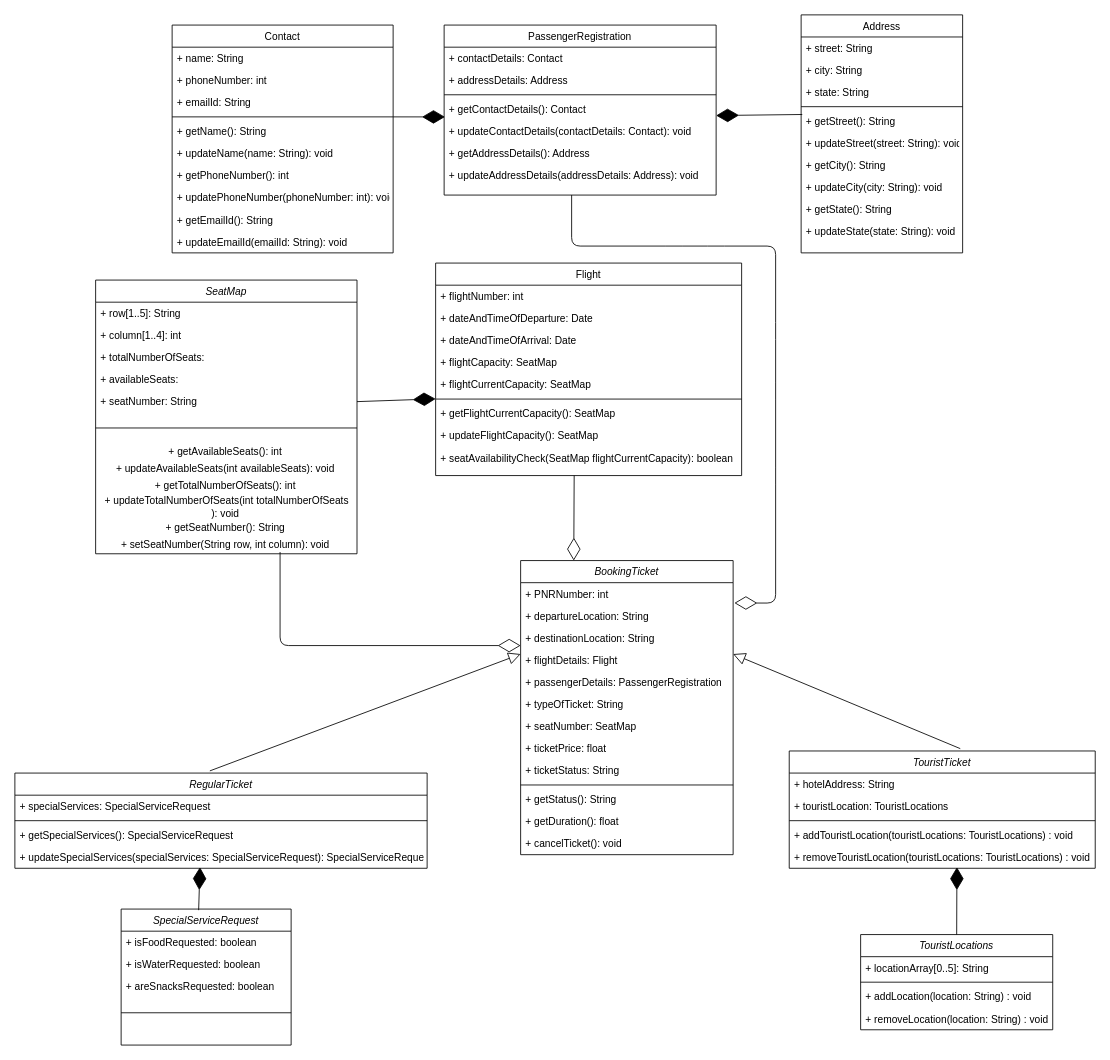
Earlier version of the draw.io diagram Flight Reservation System.drawio (SaiArjunL/my_repo). Source tidied: cells renumbered, new cells numbered last; positions are measured from the earlier drawing's top-left corner, leaving out a move shared by most shapes. Both pictures are drawn from the tidied source at 85%, with x=0, y=0 at pixel (14, 14).
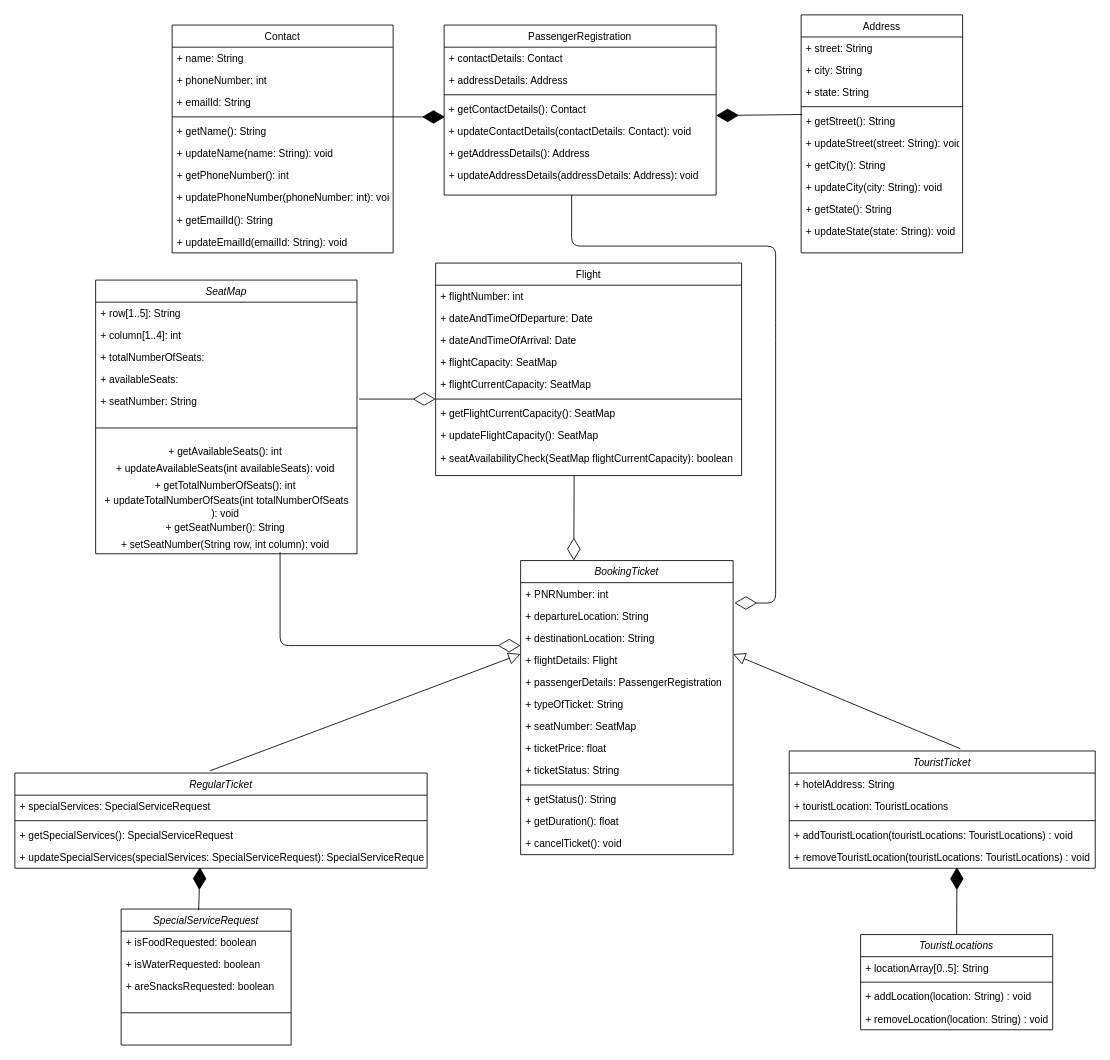
After the change.

Unchanged cells that the change refers to:
```xml
<mxCell id="78" value="+ flightCurrentCapacity: SeatMap" style="text;align=left;verticalAlign=top;spacingLeft=4;spacingRight=4;overflow=hidden;points=[[0,0.5],[1,0.5]];portConstraint=eastwest;rounded=0;shadow=0;html=0;" parent="73" vertex="1">
  <mxGeometry y="130" width="360" height="26" as="geometry" />
</mxCell>
<mxCell id="88" value="+ seatNumber: String " style="text;align=left;verticalAlign=top;spacingLeft=4;spacingRight=4;overflow=hidden;points=[[0,0.5],[1,0.5]];portConstraint=eastwest;rounded=0;shadow=0;html=0;" parent="83" vertex="1">
  <mxGeometry y="130" width="307.5" height="26" as="geometry" />
</mxCell>
```

Change to the diagram source:
```diff
@@
-    <mxCell id="96" style="endArrow=diamondThin;endFill=1;endSize=24;html=1;entryX=0;entryY=1.145;entryDx=0;entryDy=0;entryPerimeter=0;exitX=1;exitY=0.5;exitDx=0;exitDy=0;" parent="1" edge="1" source="88" target="78">
-      <mxGeometry relative="1" as="geometry" />
-    </mxCell>
@@
+    <mxCell id="100" style="endArrow=diamondThin;endFill=0;endSize=24;html=1;" parent="1" edge="1">
+      <mxGeometry relative="1" as="geometry">
+        <mxPoint x="405" y="452" as="sourcePoint" />
+        <mxPoint x="495" y="452" as="targetPoint" />
+      </mxGeometry>
+    </mxCell>
```
